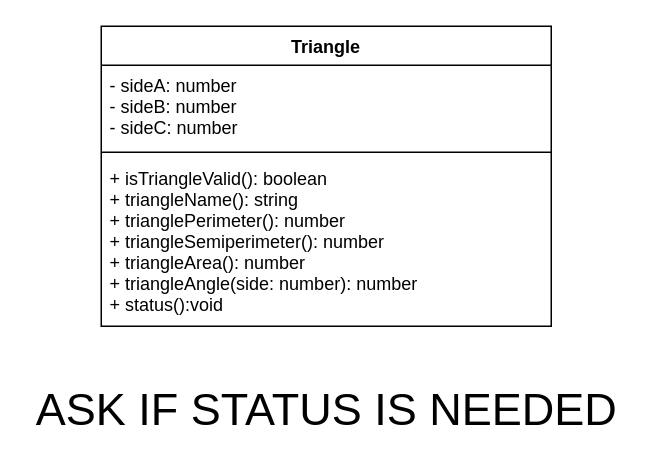
Earlier version of the draw.io diagram Drawio/ClassDiagram.drawio (JacksonNaufal/ics4u-assignment-3-typescript). Source tidied: cells renumbered, new cells numbered last; positions are measured from the earlier drawing's top-left corner, leaving out a move shared by most shapes. Both pictures are drawn from the tidied source at 150%, with x=0, y=0 at pixel (26, 26).
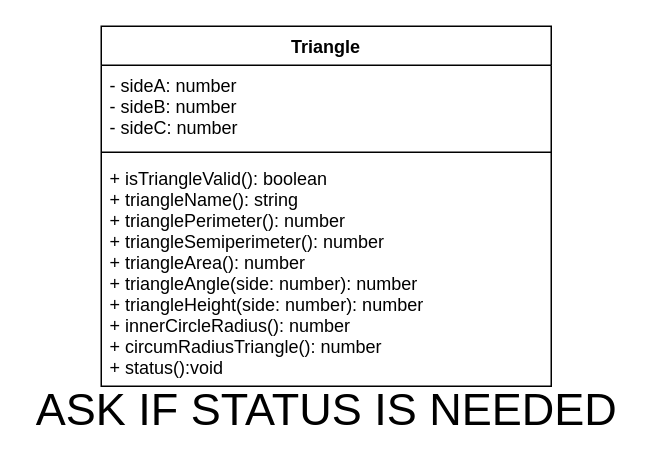
The same page after the edit.

The edit, as a diff of the source:
```diff
@@
 <mxGraphModel>
   <root>
     <mxCell id="0" />
     <mxCell id="1" parent="0" />
     <mxCell id="2" value="Triangle" style="swimlane;fontStyle=1;align=center;verticalAlign=top;horizontal=1;startSize=26;" parent="1" vertex="1">
-      <mxGeometry x="50" width="300" height="200" as="geometry" />
+      <mxGeometry x="50" width="300" height="240" as="geometry" />
     </mxCell>
     <mxCell id="3" value="- sideA: number&#10;- sideB: number&#10;- sideC: number" style="text;strokeColor=none;fillColor=none;align=left;verticalAlign=top;spacingLeft=4;spacingRight=4;overflow=hidden;" parent="2" vertex="1">
       <mxGeometry y="26" width="300" height="54" as="geometry" />
     </mxCell>
     <mxCell id="4" style="line;strokeWidth=1;fillColor=none;align=left;verticalAlign=middle;spacingTop=-1;spacingLeft=3;spacingRight=3;labelPosition=right;" parent="2" vertex="1">
       <mxGeometry y="80" width="300" height="8" as="geometry" />
     </mxCell>
-    <mxCell id="5" value="+ isTriangleValid(): boolean&#10;+ triangleName(): string&#10;+ trianglePerimeter(): number&#10;+ triangleSemiperimeter(): number&#10;+ triangleArea(): number&#10;+ triangleAngle(side: number): number&#10;+ status():void " style="text;strokeColor=none;fillColor=none;align=left;verticalAlign=top;spacingLeft=4;spacingRight=4;overflow=hidden;" parent="2" vertex="1">
-      <mxGeometry y="88" width="300" height="112" as="geometry" />
+    <mxCell id="5" value="+ isTriangleValid(): boolean&#10;+ triangleName(): string&#10;+ trianglePerimeter(): number&#10;+ triangleSemiperimeter(): number&#10;+ triangleArea(): number&#10;+ triangleAngle(side: number): number&#10;+ triangleHeight(side: number): number&#10;+ innerCircleRadius(): number&#10;+ circumRadiusTriangle(): number&#10;+ status():void " style="text;strokeColor=none;fillColor=none;align=left;verticalAlign=top;spacingLeft=4;spacingRight=4;overflow=hidden;" parent="2" vertex="1">
+      <mxGeometry y="88" width="300" height="152" as="geometry" />
     </mxCell>
     <mxCell id="6" value="&lt;font style=&quot;font-size: 30px&quot;&gt;ASK IF STATUS IS NEEDED&lt;/font&gt;" style="text;html=1;align=center;verticalAlign=middle;strokeColor=none;fillColor=none;" parent="1" vertex="1">
       <mxGeometry y="240" width="400" height="30" as="geometry" />
     </mxCell>
   </root>
 </mxGraphModel>
```
